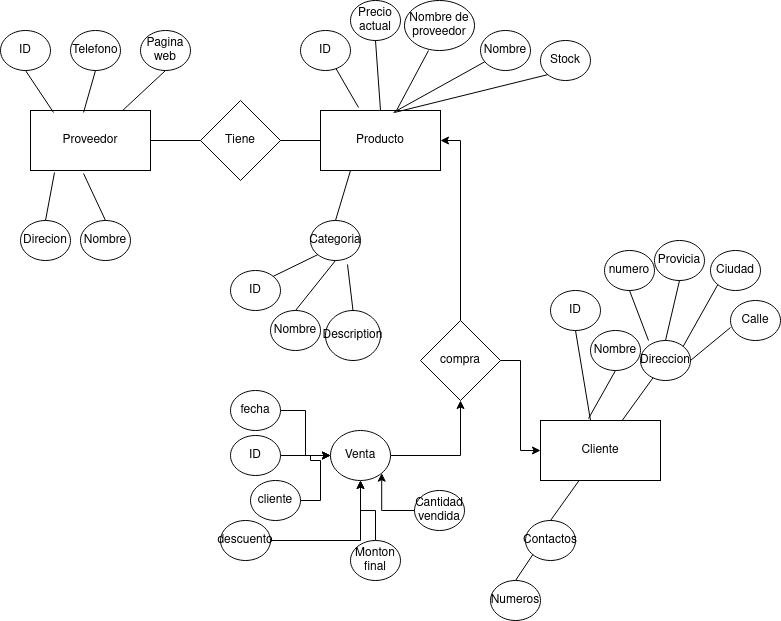
Before: Unidad1/Tareas/Tarea1/Diagrama sin título.drawio.png, a diagram exported from draw.io (JVC0/Base-Datos). Source tidied: cells renumbered, new cells last; positions are measured from the earlier drawing's top-left corner, leaving out a move shared by most shapes.
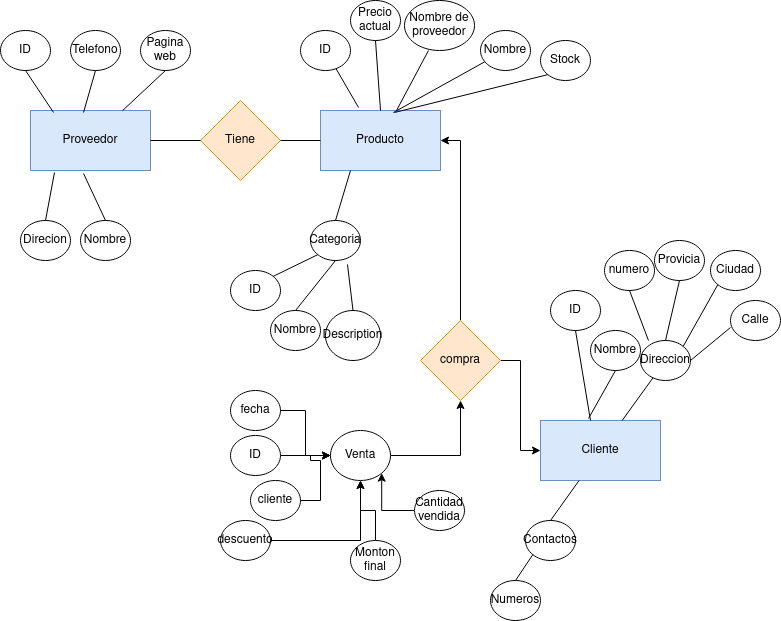
The same file after the commit.

Diff of the diagram source:
```diff
@@ -2,7 +2,7 @@
   <root>
     <mxCell id="0" />
     <mxCell id="1" parent="0" />
-    <mxCell id="2" value="Proveedor" style="rounded=0;whiteSpace=wrap;html=1;" parent="1" vertex="1">
+    <mxCell id="2" value="Proveedor" style="rounded=0;whiteSpace=wrap;html=1;fillColor=#dae8fc;strokeColor=#6c8ebf;" parent="1" vertex="1">
       <mxGeometry x="30" y="110" width="120" height="60" as="geometry" />
     </mxCell>
     <mxCell id="3" value="ID" style="ellipse;whiteSpace=wrap;html=1;" parent="1" vertex="1">
@@ -35,10 +35,10 @@
     <mxCell id="12" style="endArrow=none;html=1;rounded=0;entryX=0.5;entryY=1;entryDx=0;entryDy=0;" parent="1" edge="1" source="2" target="5">
       <mxGeometry relative="1" as="geometry" />
     </mxCell>
-    <mxCell id="13" value="Producto" style="rounded=0;whiteSpace=wrap;html=1;" parent="1" vertex="1">
+    <mxCell id="13" value="Producto" style="rounded=0;whiteSpace=wrap;html=1;fillColor=#dae8fc;strokeColor=#6c8ebf;" parent="1" vertex="1">
       <mxGeometry x="320" y="110" width="120" height="60" as="geometry" />
     </mxCell>
-    <mxCell id="14" value="&lt;div&gt;Cliente&lt;/div&gt;" style="rounded=0;whiteSpace=wrap;html=1;" parent="1" vertex="1">
+    <mxCell id="14" value="&lt;div&gt;Cliente&lt;/div&gt;" style="rounded=0;whiteSpace=wrap;html=1;fillColor=#dae8fc;strokeColor=#6c8ebf;" parent="1" vertex="1">
       <mxGeometry x="540" y="420" width="120" height="60" as="geometry" />
     </mxCell>
     <mxCell id="15" value="ID" style="ellipse;whiteSpace=wrap;html=1;" parent="1" vertex="1">
@@ -55,7 +55,7 @@
     <mxCell id="18" style="endArrow=none;html=1;rounded=0;entryX=0.5;entryY=1;entryDx=0;entryDy=0;exitX=0.4;exitY=-0.033;exitDx=0;exitDy=0;exitPerimeter=0;" parent="1" edge="1" source="14" target="17">
       <mxGeometry relative="1" as="geometry" />
     </mxCell>
-    <mxCell id="19" value="Tiene" style="rhombus;whiteSpace=wrap;html=1;" parent="1" vertex="1">
+    <mxCell id="19" value="Tiene" style="rhombus;whiteSpace=wrap;html=1;fillColor=#ffe6cc;strokeColor=#d79b00;" parent="1" vertex="1">
       <mxGeometry x="200" y="100" width="80" height="80" as="geometry" />
     </mxCell>
     <mxCell id="20" value="Direccion" style="ellipse;whiteSpace=wrap;html=1;" parent="1" vertex="1">
@@ -166,7 +166,7 @@
     <mxCell id="55" style="edgeStyle=orthogonalEdgeStyle;rounded=0;jettySize=auto;html=1;entryX=0;entryY=0.5;entryDx=0;entryDy=0;" parent="1" edge="1" source="56" target="14">
       <mxGeometry relative="1" as="geometry" />
     </mxCell>
-    <mxCell id="56" value="&lt;div&gt;compra&lt;/div&gt;" style="rhombus;whiteSpace=wrap;html=1;" parent="1" vertex="1">
+    <mxCell id="56" value="&lt;div&gt;compra&lt;/div&gt;" style="rhombus;whiteSpace=wrap;html=1;fillColor=#ffe6cc;strokeColor=#d79b00;" parent="1" vertex="1">
       <mxGeometry x="420" y="320" width="80" height="80" as="geometry" />
     </mxCell>
     <mxCell id="57" style="edgeStyle=orthogonalEdgeStyle;rounded=0;jettySize=auto;html=1;" parent="1" edge="1" source="58" target="56">
```
